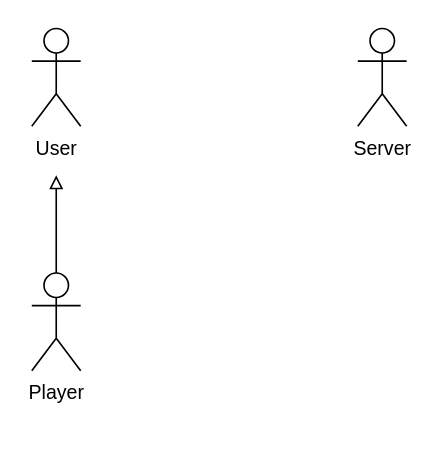
This is documentation/global/acteurs.drawio from gfhuth/werewolf, a draw.io file, before an edit. Source tidied: cells renumbered, new cells numbered last; positions are measured from the earlier drawing's top-left corner, leaving out a move shared by most shapes. Both pictures are drawn from the tidied source at 163%, with x=0, y=0 at pixel (31, 28).
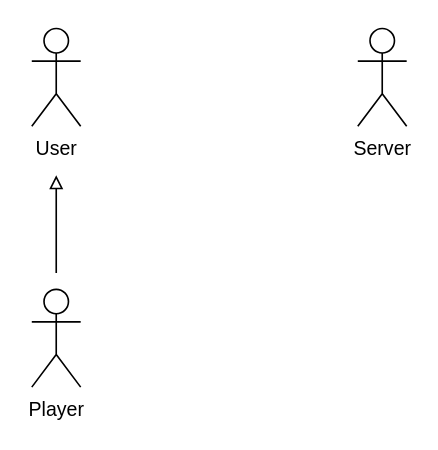
The same diagram, later.

The edit, as a diff of the source:
```diff
@@
 <mxGraphModel>
   <root>
     <mxCell id="0" />
     <mxCell id="1" parent="0" />
     <mxCell id="2" value="User" style="shape=umlActor;verticalLabelPosition=bottom;verticalAlign=top;html=1;" parent="1" vertex="1">
       <mxGeometry width="30" height="60" as="geometry" />
     </mxCell>
     <mxCell id="3" value="Server" style="shape=umlActor;verticalLabelPosition=bottom;verticalAlign=top;html=1;" parent="1" vertex="1">
       <mxGeometry x="200" width="30" height="60" as="geometry" />
     </mxCell>
-    <mxCell id="4" style="edgeStyle=none;html=1;endArrow=block;endFill=0;" parent="1" edge="1" source="5">
+    <mxCell id="4" style="edgeStyle=none;html=1;endArrow=block;endFill=0;" parent="1" edge="1">
       <mxGeometry relative="1" as="geometry">
+        <mxPoint x="15" y="150" as="sourcePoint" />
         <mxPoint x="15" y="90" as="targetPoint" />
       </mxGeometry>
     </mxCell>
     <mxCell id="5" value="Player" style="shape=umlActor;verticalLabelPosition=bottom;verticalAlign=top;html=1;" parent="1" vertex="1">
-      <mxGeometry y="150" width="30" height="60" as="geometry" />
+      <mxGeometry y="160" width="30" height="60" as="geometry" />
     </mxCell>
   </root>
 </mxGraphModel>
```
